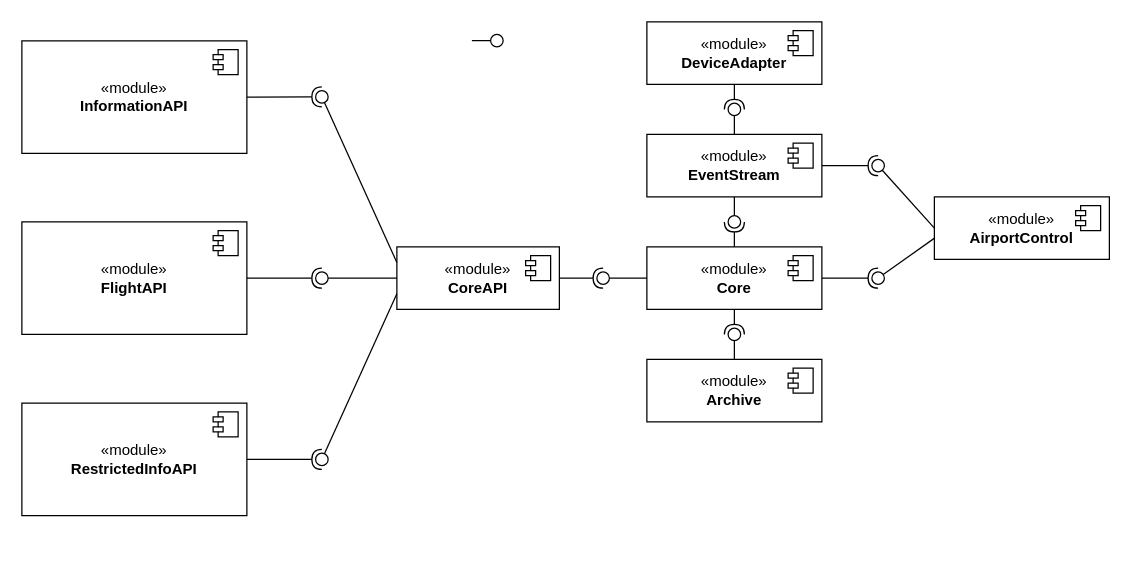
oskarbreindahl/Softwarebyggehygge keeps this draw.io diagram as Diagrams/packages[module].drawio. Above is the earlier version. Source tidied: cells renumbered, new cells numbered last; positions are measured from the earlier drawing's top-left corner, leaving out a move shared by most shapes. Both pictures are drawn from the tidied source at 125%, with x=0, y=0 at pixel (21, 21).
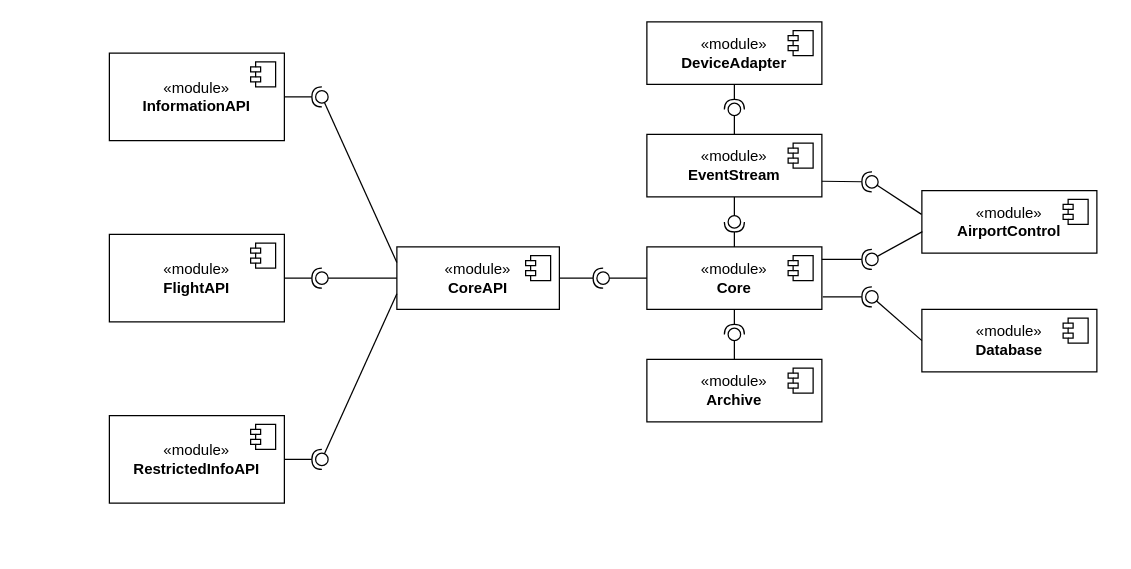
Above is the later version.

The change refers to these unchanged cells:
```xml
<mxCell id="8" value="«module»&lt;br&gt;&lt;b&gt;Core&lt;/b&gt;" style="html=1;whiteSpace=wrap;" parent="1" vertex="1">
  <mxGeometry x="500" y="180" width="140" height="50" as="geometry" />
</mxCell>
<mxCell id="10" value="«module»&lt;br&gt;&lt;b&gt;EventStream&lt;/b&gt;" style="html=1;whiteSpace=wrap;" parent="1" vertex="1">
  <mxGeometry x="500" y="90" width="140" height="50" as="geometry" />
</mxCell>
```

Change to the diagram source:
```diff
@@
     <mxCell id="2" value="«module»&lt;br&gt;&lt;b&gt;InformationAPI&lt;/b&gt;" style="html=1;whiteSpace=wrap;" parent="1" vertex="1">
-      <mxGeometry y="15.2" width="180" height="90" as="geometry" />
+      <mxGeometry x="70" y="25" width="140" height="70" as="geometry" />
     </mxCell>
@@
     <mxCell id="4" value="«module»&lt;br&gt;&lt;b&gt;FlightAPI&lt;/b&gt;" style="html=1;whiteSpace=wrap;" parent="1" vertex="1">
-      <mxGeometry y="160" width="180" height="90" as="geometry" />
+      <mxGeometry x="70" y="170" width="140" height="70" as="geometry" />
     </mxCell>
@@
     <mxCell id="6" value="«module»&lt;br&gt;&lt;b&gt;RestrictedInfoAPI&lt;/b&gt;" style="html=1;whiteSpace=wrap;" parent="1" vertex="1">
-      <mxGeometry y="305" width="180" height="90" as="geometry" />
+      <mxGeometry x="70" y="315" width="140" height="70" as="geometry" />
     </mxCell>
@@
-    <mxCell id="20" style="rounded=0;orthogonalLoop=1;jettySize=auto;html=1;endArrow=oval;endFill=0;sketch=0;sourcePerimeterSpacing=0;targetPerimeterSpacing=0;endSize=10;" parent="1" edge="1">
-      <mxGeometry relative="1" as="geometry">
-        <mxPoint x="360" y="15" as="sourcePoint" />
-        <mxPoint x="380" y="15" as="targetPoint" />
-      </mxGeometry>
-    </mxCell>
@@
     <mxCell id="27" value="«module»&lt;br&gt;&lt;b&gt;AirportControl&lt;/b&gt;" style="html=1;whiteSpace=wrap;" parent="1" vertex="1">
-      <mxGeometry x="730" y="140" width="140" height="50" as="geometry" />
+      <mxGeometry x="720" y="135" width="140" height="50" as="geometry" />
     </mxCell>
@@
-    <mxCell id="38" style="rounded=0;jettySize=auto;html=1;endArrow=halfCircle;endFill=0;endSize=6;strokeWidth=1;sketch=0;exitX=1;exitY=0.5;exitDx=0;exitDy=0;" parent="1" edge="1" source="10">
+    <mxCell id="38" style="rounded=0;jettySize=auto;html=1;endArrow=halfCircle;endFill=0;endSize=6;strokeWidth=1;sketch=0;exitX=1;exitY=0.75;exitDx=0;exitDy=0;" parent="1" edge="1" source="10">
       <mxGeometry relative="1" as="geometry">
-        <mxPoint x="685" y="115" as="targetPoint" />
+        <mxPoint x="680" y="128" as="targetPoint" />
       </mxGeometry>
     </mxCell>
-    <mxCell id="39" style="rounded=0;jettySize=auto;html=1;endArrow=oval;endFill=0;sketch=0;sourcePerimeterSpacing=0;targetPerimeterSpacing=0;endSize=10;exitX=0;exitY=0.5;exitDx=0;exitDy=0;" parent="1" edge="1" source="27">
+    <mxCell id="39" style="rounded=0;jettySize=auto;html=1;endArrow=oval;endFill=0;sketch=0;sourcePerimeterSpacing=0;targetPerimeterSpacing=0;endSize=10;exitX=-0.002;exitY=0.38;exitDx=0;exitDy=0;exitPerimeter=0;" parent="1" edge="1" source="27">
       <mxGeometry relative="1" as="geometry">
-        <mxPoint x="685" y="115" as="targetPoint" />
+        <mxPoint x="680" y="128" as="targetPoint" />
       </mxGeometry>
     </mxCell>
@@
-    <mxCell id="41" style="rounded=0;jettySize=auto;html=1;endArrow=halfCircle;endFill=0;endSize=6;strokeWidth=1;sketch=0;exitX=1;exitY=0.5;exitDx=0;exitDy=0;" parent="1" edge="1" source="8" target="43">
-      <mxGeometry relative="1" as="geometry" />
+    <mxCell id="41" style="rounded=0;orthogonalLoop=1;jettySize=auto;html=1;endArrow=halfCircle;endFill=0;endSize=6;strokeWidth=1;sketch=0;" parent="1" edge="1">
+      <mxGeometry relative="1" as="geometry">
+        <mxPoint x="640" y="190" as="sourcePoint" />
+        <mxPoint x="680" y="190" as="targetPoint" />
+      </mxGeometry>
     </mxCell>
@@
     <mxCell id="43" style="ellipse;whiteSpace=wrap;html=1;align=center;fillColor=none;strokeColor=none;perimeter=centerPerimeter;points=[];outlineConnect=1;" parent="1" vertex="1">
-      <mxGeometry x="680" y="200" width="10" height="10" as="geometry" />
+      <mxGeometry x="675" y="185" width="10" height="10" as="geometry" />
     </mxCell>
@@
+    <mxCell id="49" value="«module»&lt;br&gt;&lt;b&gt;Database&lt;/b&gt;" style="html=1;whiteSpace=wrap;" parent="1" vertex="1">
+      <mxGeometry x="720" y="230" width="140" height="50" as="geometry" />
+    </mxCell>
+    <mxCell id="50" style="shape=module;jettyWidth=8;jettyHeight=4;" parent="49" vertex="1">
+      <mxGeometry x="1" width="20" height="20" relative="1" as="geometry">
+        <mxPoint x="-27" y="7" as="offset" />
+      </mxGeometry>
+    </mxCell>
+    <mxCell id="51" style="rounded=0;jettySize=auto;html=1;endArrow=halfCircle;endFill=0;endSize=6;strokeWidth=1;sketch=0;exitX=1.005;exitY=0.8;exitDx=0;exitDy=0;exitPerimeter=0;" parent="1" edge="1" source="8">
+      <mxGeometry relative="1" as="geometry">
+        <mxPoint x="680" y="220" as="targetPoint" />
+      </mxGeometry>
+    </mxCell>
+    <mxCell id="52" style="rounded=0;jettySize=auto;html=1;endArrow=oval;endFill=0;sketch=0;sourcePerimeterSpacing=0;targetPerimeterSpacing=0;endSize=10;exitX=0;exitY=0.5;exitDx=0;exitDy=0;" parent="1" edge="1" source="49">
+      <mxGeometry relative="1" as="geometry">
+        <mxPoint x="680" y="220" as="targetPoint" />
+      </mxGeometry>
+    </mxCell>
+    <mxCell id="53" style="ellipse;whiteSpace=wrap;html=1;align=center;fillColor=none;strokeColor=none;perimeter=centerPerimeter;" parent="1" vertex="1">
+      <mxGeometry x="675" y="320" width="10" height="10" as="geometry" />
+    </mxCell>
```
